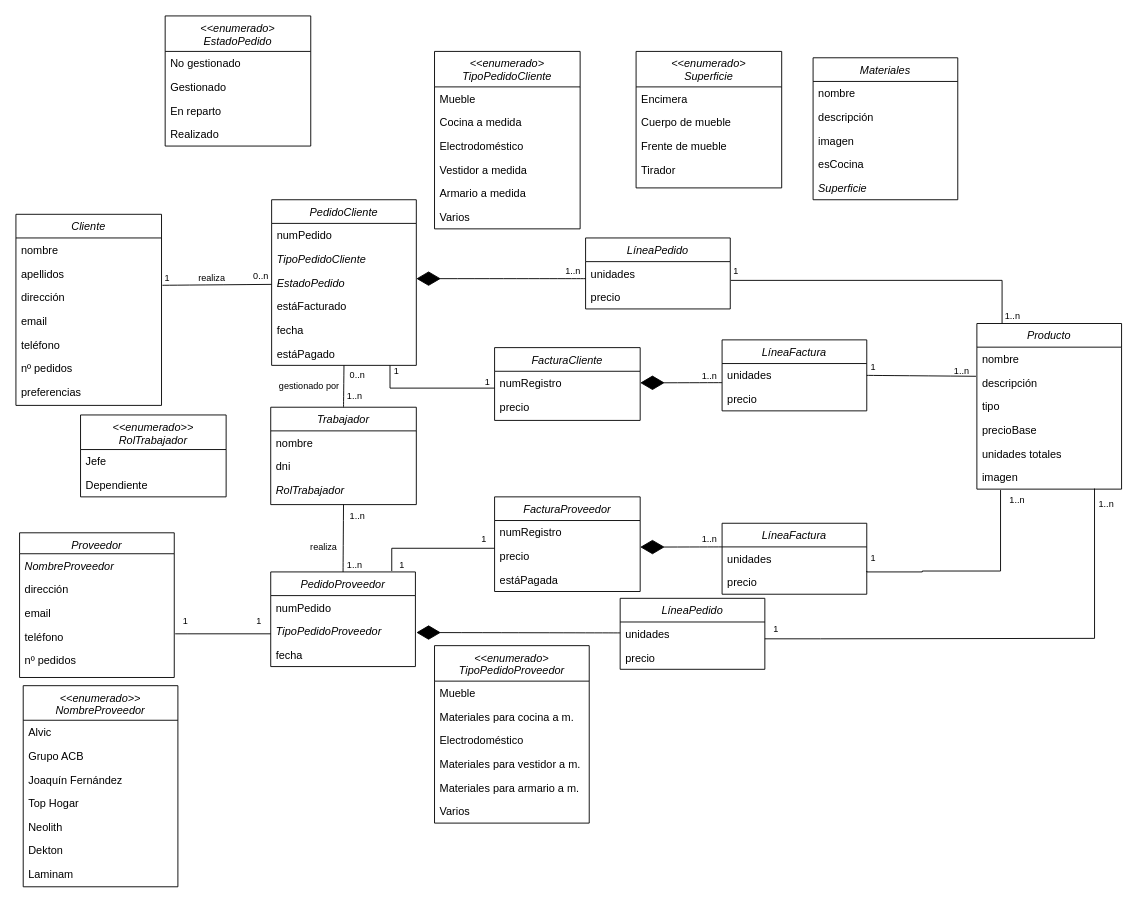
ClaudiaOviedoGovantes/ComercialPostigo keeps this draw.io diagram as diagrams/Copy of Diagrama conceptual.drawio. Above is the earlier version. Source tidied: cells renumbered, new cells numbered last; positions are measured from the earlier drawing's top-left corner, leaving out a move shared by most shapes. Both pictures are drawn from the tidied source at 91%, with x=0, y=0 at pixel (15, 15).
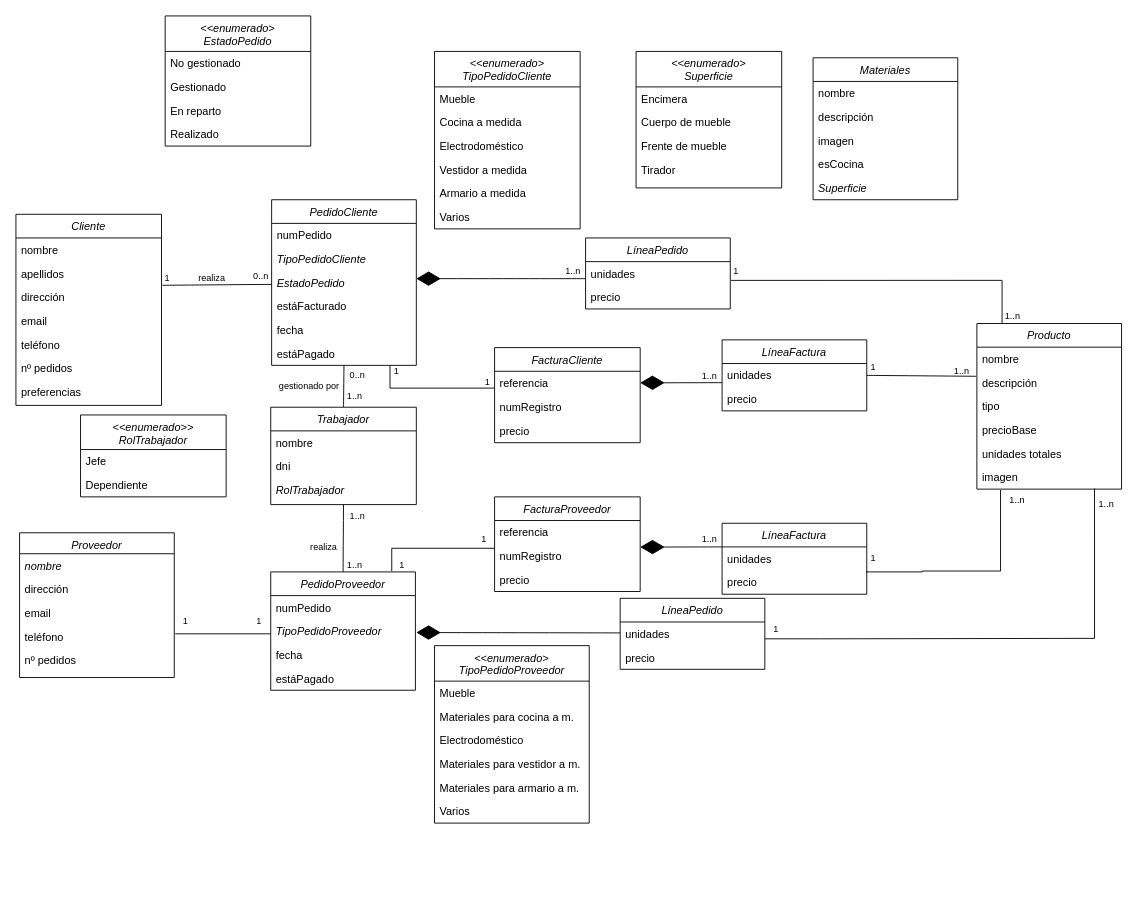
After the change.

Unchanged cells that the change refers to:
```xml
<mxCell id="48" value="Proveedor" style="swimlane;fontStyle=2;align=center;verticalAlign=top;horizontal=1;startSize=23;rounded=0;shadow=0;strokeWidth=1;" parent="1" vertex="1">
  <mxGeometry x="4" y="568" width="170" height="159" as="geometry" />
</mxCell>
<mxCell id="62" value="FacturaProveedor" style="swimlane;fontStyle=2;align=center;verticalAlign=top;horizontal=1;startSize=26;rounded=0;shadow=0;strokeWidth=1;" parent="1" vertex="1">
  <mxGeometry x="526" y="528.5" width="160" height="104" as="geometry" />
</mxCell>
```

Diff of the diagram source:
```diff
@@
     <mxCell id="26" value="FacturaCliente" style="swimlane;fontStyle=2;align=center;verticalAlign=top;horizontal=1;startSize=26;rounded=0;shadow=0;strokeWidth=1;" parent="1" vertex="1">
-      <mxGeometry x="526" y="364.5" width="160" height="80" as="geometry" />
+      <mxGeometry x="526" y="364.5" width="160" height="104.5" as="geometry" />
     </mxCell>
+    <mxCell id="138" value="referencia" style="text;align=left;verticalAlign=top;spacingLeft=4;spacingRight=4;overflow=hidden;rounded=0;shadow=0;html=0;" parent="26" vertex="1">
+      <mxGeometry y="26" width="160" height="26" as="geometry" />
+    </mxCell>
     <mxCell id="27" value="numRegistro" style="text;align=left;verticalAlign=top;spacingLeft=4;spacingRight=4;overflow=hidden;" parent="26" vertex="1">
-      <mxGeometry y="26" width="160" height="26" as="geometry" />
+      <mxGeometry y="52" width="160" height="26" as="geometry" />
     </mxCell>
     <mxCell id="28" value="precio" style="text;align=left;verticalAlign=top;spacingLeft=4;spacingRight=4;overflow=hidden;rounded=0;shadow=0;html=0;" parent="26" vertex="1">
-      <mxGeometry y="52" width="160" height="26" as="geometry" />
+      <mxGeometry y="78" width="160" height="26" as="geometry" />
     </mxCell>
@@
-    <mxCell id="49" value="NombreProveedor" style="text;align=left;verticalAlign=top;spacingLeft=4;spacingRight=4;overflow=hidden;fontStyle=2;" parent="48" vertex="1">
+    <mxCell id="49" value="nombre" style="text;align=left;verticalAlign=top;spacingLeft=4;spacingRight=4;overflow=hidden;fontStyle=2;" parent="48" vertex="1">
       <mxGeometry y="23" width="170" height="26" as="geometry" />
     </mxCell>
@@
     <mxCell id="56" value="PedidoProveedor" style="swimlane;fontStyle=2;align=center;verticalAlign=top;horizontal=1;startSize=26;rounded=0;shadow=0;strokeWidth=1;" parent="1" vertex="1">
-      <mxGeometry x="280" y="611" width="159" height="104" as="geometry" />
+      <mxGeometry x="280" y="611" width="159" height="130" as="geometry" />
     </mxCell>
@@
+    <mxCell id="139" value="estáPagado" style="text;align=left;verticalAlign=top;spacingLeft=4;spacingRight=4;overflow=hidden;rounded=0;shadow=0;html=0;" parent="56" vertex="1">
+      <mxGeometry y="104" width="159" height="26" as="geometry" />
+    </mxCell>
@@
+    <mxCell id="140" value="referencia" style="text;align=left;verticalAlign=top;spacingLeft=4;spacingRight=4;overflow=hidden;rounded=0;shadow=0;html=0;" parent="62" vertex="1">
+      <mxGeometry y="26" width="160" height="26" as="geometry" />
+    </mxCell>
     <mxCell id="63" value="numRegistro" style="text;align=left;verticalAlign=top;spacingLeft=4;spacingRight=4;overflow=hidden;" parent="62" vertex="1">
-      <mxGeometry y="26" width="160" height="26" as="geometry" />
+      <mxGeometry y="52" width="160" height="26" as="geometry" />
     </mxCell>
     <mxCell id="64" value="precio" style="text;align=left;verticalAlign=top;spacingLeft=4;spacingRight=4;overflow=hidden;rounded=0;shadow=0;html=0;" parent="62" vertex="1">
-      <mxGeometry y="52" width="160" height="26" as="geometry" />
+      <mxGeometry y="78" width="160" height="26" as="geometry" />
     </mxCell>
-    <mxCell id="65" value="estáPagada" style="text;align=left;verticalAlign=top;spacingLeft=4;spacingRight=4;overflow=hidden;rounded=0;shadow=0;html=0;" parent="62" vertex="1">
-      <mxGeometry y="78" width="160" height="26" as="geometry" />
-    </mxCell>
@@
-    <mxCell id="92" value="&lt;&lt;enumerado&gt;&gt;&#10;NombreProveedor" style="swimlane;fontStyle=2;align=center;verticalAlign=top;horizontal=1;startSize=38;rounded=0;shadow=0;strokeWidth=1;" parent="1" vertex="1">
-      <mxGeometry x="8" y="736" width="170" height="221" as="geometry" />
-    </mxCell>
-    <mxCell id="93" value="Alvic" style="text;align=left;verticalAlign=top;spacingLeft=4;spacingRight=4;overflow=hidden;" parent="92" vertex="1">
-      <mxGeometry y="38" width="170" height="26" as="geometry" />
-    </mxCell>
-    <mxCell id="94" value="Grupo ACB" style="text;align=left;verticalAlign=top;spacingLeft=4;spacingRight=4;overflow=hidden;rounded=0;shadow=0;html=0;" parent="92" vertex="1">
-      <mxGeometry y="64" width="170" height="26" as="geometry" />
-    </mxCell>
-    <mxCell id="95" value="Joaquín Fernández" style="text;align=left;verticalAlign=top;spacingLeft=4;spacingRight=4;overflow=hidden;rounded=0;shadow=0;html=0;" parent="92" vertex="1">
-      <mxGeometry y="90" width="170" height="26" as="geometry" />
-    </mxCell>
-    <mxCell id="96" value="Top Hogar" style="text;align=left;verticalAlign=top;spacingLeft=4;spacingRight=4;overflow=hidden;rounded=0;shadow=0;html=0;" parent="92" vertex="1">
-      <mxGeometry y="116" width="170" height="26" as="geometry" />
-    </mxCell>
-    <mxCell id="97" value="Neolith" style="text;align=left;verticalAlign=top;spacingLeft=4;spacingRight=4;overflow=hidden;rounded=0;shadow=0;html=0;" parent="92" vertex="1">
-      <mxGeometry y="142" width="170" height="26" as="geometry" />
-    </mxCell>
-    <mxCell id="98" value="Dekton" style="text;align=left;verticalAlign=top;spacingLeft=4;spacingRight=4;overflow=hidden;rounded=0;shadow=0;html=0;" parent="92" vertex="1">
-      <mxGeometry y="168" width="170" height="26" as="geometry" />
-    </mxCell>
-    <mxCell id="99" value="Laminam" style="text;align=left;verticalAlign=top;spacingLeft=4;spacingRight=4;overflow=hidden;rounded=0;shadow=0;html=0;" parent="92" vertex="1">
-      <mxGeometry y="194" width="170" height="26" as="geometry" />
-    </mxCell>
```
